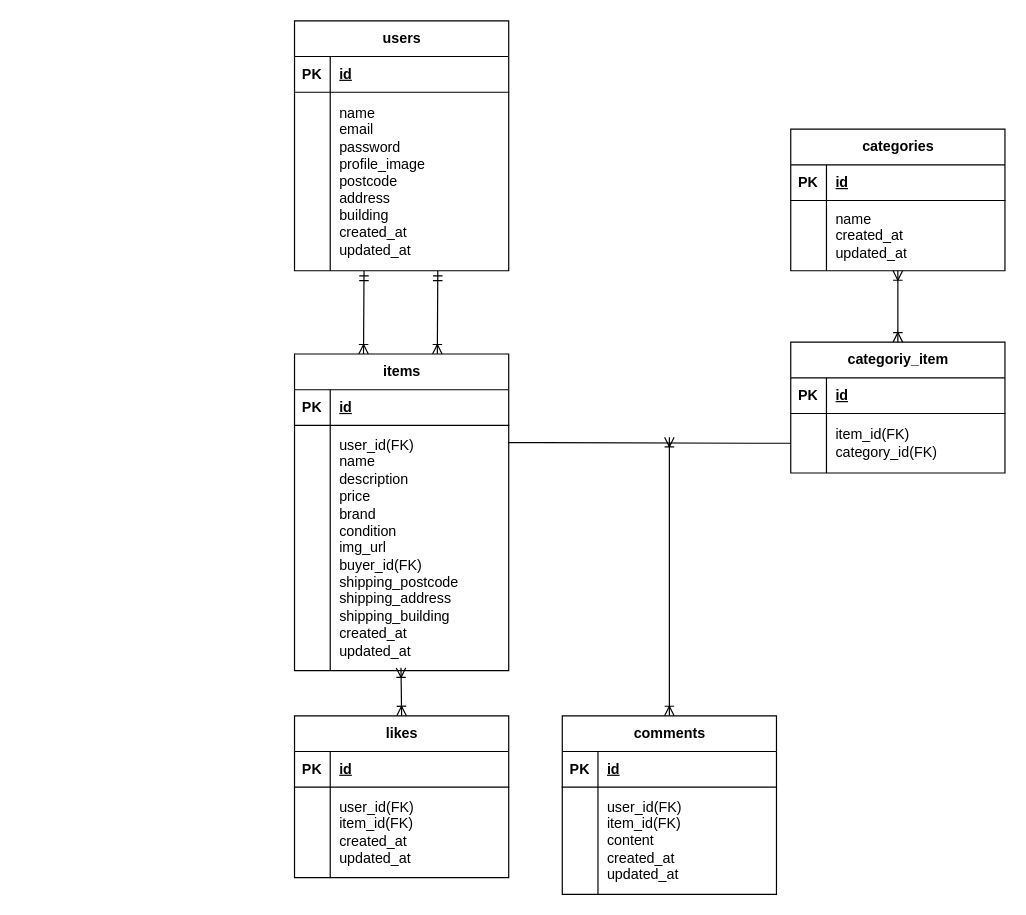
This is docker/er.drawio from Mantis4590/laravel-fleamarket, a draw.io file, before an edit. Source tidied: cells renumbered, new cells numbered last; positions are measured from the earlier drawing's top-left corner, leaving out a move shared by most shapes. Both pictures are drawn from the tidied source at 119%, with x=0, y=0 at pixel (294, 20).
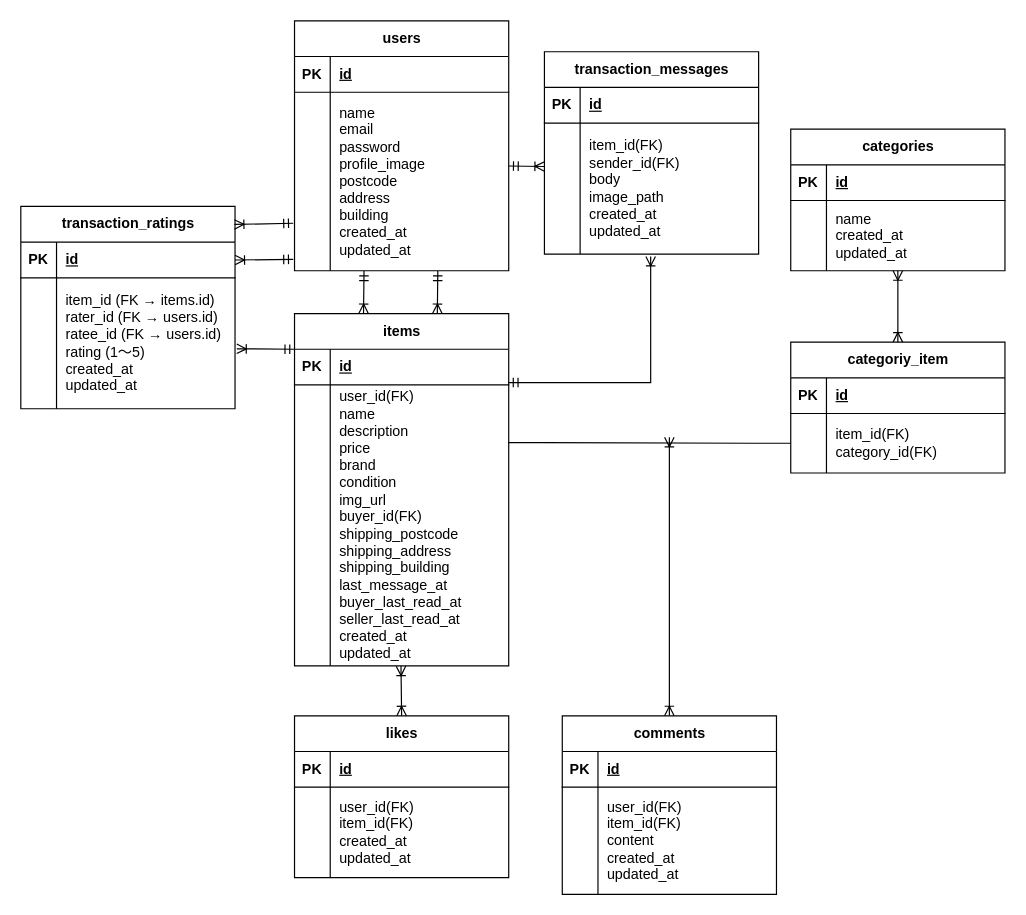
The same page after the edit.

Unchanged cells that the change refers to:
```xml
<mxCell id="6" style="shape=tableRow;horizontal=0;startSize=0;swimlaneHead=0;swimlaneBody=0;fillColor=none;points=[[0,0.5],[1,0.5]];portConstraint=eastwest;top=0;left=0;right=0;bottom=0;" parent="2" vertex="1">
  <mxGeometry y="60" width="180" height="150" as="geometry" />
</mxCell>
<mxCell id="10" style="shape=tableRow;horizontal=0;startSize=0;swimlaneHead=0;swimlaneBody=0;fillColor=none;points=[[0,0.5],[1,0.5]];portConstraint=eastwest;top=0;left=0;right=0;bottom=1;" parent="9" vertex="1">
  <mxGeometry y="30" width="180" height="30" as="geometry" />
</mxCell>
<mxCell id="30" value="likes" style="shape=table;startSize=30;childLayout=tableLayout;rowLines=0;fontStyle=1;align=center;html=1;" parent="1" vertex="1">
  <mxGeometry y="584" width="180" height="136" as="geometry" />
</mxCell>
```

Change to the diagram source:
```diff
@@
     <mxCell id="9" value="items" style="shape=table;startSize=30;childLayout=tableLayout;rowLines=0;fontStyle=1;align=center;html=1;" parent="1" vertex="1">
-      <mxGeometry y="280" width="180" height="266" as="geometry" />
+      <mxGeometry y="246" width="180" height="296" as="geometry" />
     </mxCell>
@@
     <mxCell id="13" style="shape=tableRow;horizontal=0;startSize=0;swimlaneHead=0;swimlaneBody=0;fillColor=none;points=[[0,0.5],[1,0.5]];portConstraint=eastwest;top=0;left=0;right=0;bottom=0;" parent="9" vertex="1">
-      <mxGeometry y="60" width="180" height="206" as="geometry" />
+      <mxGeometry y="60" width="180" height="236" as="geometry" />
     </mxCell>
     <mxCell id="14" style="shape=partialRectangle;fillColor=none;top=0;left=0;bottom=0;right=0;overflow=hidden;whiteSpace=wrap;html=1;" parent="13" vertex="1">
-      <mxGeometry width="30" height="206" as="geometry" />
+      <mxGeometry width="30" height="236" as="geometry" />
     </mxCell>
-    <mxCell id="15" value="user_id(FK)&lt;div&gt;name&lt;/div&gt;&lt;div&gt;description&lt;/div&gt;&lt;div&gt;price&lt;/div&gt;&lt;div&gt;brand&lt;/div&gt;&lt;div&gt;condition&lt;/div&gt;&lt;div&gt;img_url&lt;/div&gt;&lt;div&gt;buyer_id(FK)&lt;/div&gt;&lt;div&gt;shipping_postcode&lt;/div&gt;&lt;div&gt;shipping_address&lt;/div&gt;&lt;div&gt;shipping_building&lt;/div&gt;&lt;div&gt;created_at&lt;/div&gt;&lt;div&gt;updated_at&lt;/div&gt;" style="shape=partialRectangle;fillColor=none;top=0;left=0;bottom=0;right=0;align=left;spacingLeft=6;overflow=hidden;whiteSpace=wrap;html=1;" parent="13" vertex="1">
-      <mxGeometry x="30" width="150" height="206" as="geometry" />
+    <mxCell id="15" value="user_id(FK)&lt;div&gt;name&lt;/div&gt;&lt;div&gt;description&lt;/div&gt;&lt;div&gt;price&lt;/div&gt;&lt;div&gt;brand&lt;/div&gt;&lt;div&gt;condition&lt;/div&gt;&lt;div&gt;img_url&lt;/div&gt;&lt;div&gt;buyer_id(FK)&lt;/div&gt;&lt;div&gt;shipping_postcode&lt;/div&gt;&lt;div&gt;shipping_address&lt;/div&gt;&lt;div&gt;shipping_building&lt;/div&gt;&lt;div&gt;last_message_at&amp;nbsp;&lt;/div&gt;&lt;div&gt;buyer_last_read_at&lt;/div&gt;&lt;div&gt;&lt;span style=&quot;background-color: transparent;&quot;&gt;seller_last_read_at&lt;/span&gt;&lt;/div&gt;&lt;div&gt;created_at&lt;/div&gt;&lt;div&gt;updated_at&lt;/div&gt;" style="shape=partialRectangle;fillColor=none;top=0;left=0;bottom=0;right=0;align=left;spacingLeft=6;overflow=hidden;whiteSpace=wrap;html=1;" parent="13" vertex="1">
+      <mxGeometry x="30" width="150" height="236" as="geometry" />
     </mxCell>
@@
-    <mxCell id="44" style="fontSize=12;html=1;endArrow=ERoneToMany;startArrow=ERmandOne;exitX=0.502;exitY=1.01;exitDx=0;exitDy=0;exitPerimeter=0;entryX=0.5;entryY=0;entryDx=0;entryDy=0;rounded=0;" parent="1" edge="1">
+    <mxCell id="44" style="fontSize=12;html=1;endArrow=ERoneToMany;startArrow=ERmandOne;exitX=0.502;exitY=1.01;exitDx=0;exitDy=0;exitPerimeter=0;rounded=0;" parent="1" edge="1">
       <mxGeometry relative="1" as="geometry">
         <mxPoint x="58.4" y="210.3" as="sourcePoint" />
-        <mxPoint x="58" y="280" as="targetPoint" />
+        <mxPoint x="58" y="246" as="targetPoint" />
       </mxGeometry>
     </mxCell>
@@
-    <mxCell id="46" style="fontSize=12;html=1;endArrow=ERoneToMany;startArrow=ERoneToMany;rounded=0;strokeColor=default;align=center;verticalAlign=middle;fontFamily=Helvetica;fontColor=default;labelBackgroundColor=default;exitX=0.5;exitY=0;exitDx=0;exitDy=0;entryX=0.497;entryY=0.989;entryDx=0;entryDy=0;entryPerimeter=0;" parent="1" edge="1" source="30" target="13">
+    <mxCell id="46" style="fontSize=12;html=1;endArrow=ERoneToMany;startArrow=ERoneToMany;rounded=0;strokeColor=default;align=center;verticalAlign=middle;fontFamily=Helvetica;fontColor=default;labelBackgroundColor=default;exitX=0.5;exitY=0;exitDx=0;exitDy=0;entryX=0.497;entryY=1.001;entryDx=0;entryDy=0;entryPerimeter=0;" parent="1" edge="1" source="30" target="13">
       <mxGeometry relative="1" as="geometry" />
     </mxCell>
@@
-    <mxCell id="49" style="fontSize=12;html=1;endArrow=ERoneToMany;startArrow=ERmandOne;exitX=0.502;exitY=1.01;exitDx=0;exitDy=0;exitPerimeter=0;entryX=0.5;entryY=0;entryDx=0;entryDy=0;rounded=0;" parent="1" edge="1">
+    <mxCell id="49" style="fontSize=12;html=1;endArrow=ERoneToMany;startArrow=ERmandOne;exitX=0.502;exitY=1.01;exitDx=0;exitDy=0;exitPerimeter=0;rounded=0;" parent="1" edge="1">
       <mxGeometry relative="1" as="geometry">
         <mxPoint x="120.4" y="210.3" as="sourcePoint" />
-        <mxPoint x="120" y="280" as="targetPoint" />
+        <mxPoint x="120" y="246" as="targetPoint" />
       </mxGeometry>
     </mxCell>
+    <mxCell id="50" value="transaction_messages" style="shape=table;startSize=30;childLayout=tableLayout;rowLines=0;fontStyle=1;align=center;html=1;" parent="1" vertex="1">
+      <mxGeometry x="210" y="26" width="180" height="170" as="geometry" />
+    </mxCell>
+    <mxCell id="51" style="shape=tableRow;horizontal=0;startSize=0;swimlaneHead=0;swimlaneBody=0;fillColor=none;top=0;left=0;right=0;bottom=1;" parent="50" vertex="1">
+      <mxGeometry y="30" width="180" height="30" as="geometry" />
+    </mxCell>
+    <mxCell id="52" value="PK" style="shape=partialRectangle;fillColor=none;top=0;left=0;bottom=0;right=0;fontStyle=1;overflow=hidden;whiteSpace=wrap;html=1;" parent="51" vertex="1">
+      <mxGeometry width="30" height="30" as="geometry" />
+    </mxCell>
+    <mxCell id="53" value="id" style="shape=partialRectangle;fillColor=none;top=0;left=0;bottom=0;right=0;align=left;spacingLeft=6;fontStyle=5;overflow=hidden;whiteSpace=wrap;html=1;" parent="51" vertex="1">
+      <mxGeometry x="30" width="150" height="30" as="geometry" />
+    </mxCell>
+    <mxCell id="54" style="shape=tableRow;horizontal=0;startSize=0;swimlaneHead=0;swimlaneBody=0;fillColor=none;points=[[0,0.5],[1,0.5]];portConstraint=eastwest;top=0;left=0;right=0;bottom=0;" parent="50" vertex="1">
+      <mxGeometry y="60" width="180" height="110" as="geometry" />
+    </mxCell>
+    <mxCell id="55" style="shape=partialRectangle;fillColor=none;top=0;left=0;bottom=0;right=0;overflow=hidden;whiteSpace=wrap;html=1;" parent="54" vertex="1">
+      <mxGeometry width="30" height="110" as="geometry" />
+    </mxCell>
+    <mxCell id="56" value="item_id(FK)&lt;br&gt;&lt;div&gt;sender_id(FK)&lt;/div&gt;&lt;div&gt;body&lt;/div&gt;&lt;div&gt;image_path&amp;nbsp;&lt;/div&gt;&lt;div&gt;created_at&lt;/div&gt;&lt;div&gt;updated_at&lt;/div&gt;" style="shape=partialRectangle;fillColor=none;top=0;left=0;bottom=0;right=0;align=left;spacingLeft=6;overflow=hidden;whiteSpace=wrap;html=1;" parent="54" vertex="1">
+      <mxGeometry x="30" width="150" height="110" as="geometry" />
+    </mxCell>
+    <mxCell id="57" style="fontSize=12;html=1;endArrow=ERoneToMany;startArrow=ERmandOne;rounded=0;entryX=0;entryY=0.331;entryDx=0;entryDy=0;entryPerimeter=0;" parent="1" edge="1" target="54">
+      <mxGeometry relative="1" as="geometry">
+        <mxPoint x="180" y="122" as="sourcePoint" />
+      </mxGeometry>
+    </mxCell>
+    <mxCell id="58" style="fontSize=12;html=1;endArrow=ERoneToMany;startArrow=ERmandOne;rounded=0;entryX=0.496;entryY=1.018;entryDx=0;entryDy=0;entryPerimeter=0;exitX=0.999;exitY=0.933;exitDx=0;exitDy=0;exitPerimeter=0;edgeStyle=orthogonalEdgeStyle;" parent="1" edge="1" source="10" target="54">
+      <mxGeometry relative="1" as="geometry">
+        <Array as="points">
+          <mxPoint x="300" y="304" />
+          <mxPoint x="300" y="198" />
+        </Array>
+      </mxGeometry>
+    </mxCell>
+    <mxCell id="59" value="transaction_ratings" style="shape=table;startSize=30;childLayout=tableLayout;rowLines=0;fontStyle=1;align=center;html=1;" parent="1" vertex="1">
+      <mxGeometry x="-230" y="156" width="180" height="170" as="geometry" />
+    </mxCell>
+    <mxCell id="60" style="shape=tableRow;horizontal=0;startSize=0;swimlaneHead=0;swimlaneBody=0;fillColor=none;points=[[0,0.5],[1,0.5]];portConstraint=eastwest;top=0;left=0;right=0;bottom=1;" parent="59" vertex="1">
+      <mxGeometry y="30" width="180" height="30" as="geometry" />
+    </mxCell>
+    <mxCell id="61" value="PK" style="shape=partialRectangle;fillColor=none;top=0;left=0;bottom=0;right=0;fontStyle=1;overflow=hidden;whiteSpace=wrap;html=1;" parent="60" vertex="1">
+      <mxGeometry width="30" height="30" as="geometry" />
+    </mxCell>
+    <mxCell id="62" value="id" style="shape=partialRectangle;fillColor=none;top=0;left=0;bottom=0;right=0;align=left;spacingLeft=6;fontStyle=5;overflow=hidden;whiteSpace=wrap;html=1;" parent="60" vertex="1">
+      <mxGeometry x="30" width="150" height="30" as="geometry" />
+    </mxCell>
+    <mxCell id="63" style="shape=tableRow;horizontal=0;startSize=0;swimlaneHead=0;swimlaneBody=0;fillColor=none;points=[[0,0.5],[1,0.5]];portConstraint=eastwest;top=0;left=0;right=0;bottom=0;" parent="59" vertex="1">
+      <mxGeometry y="60" width="180" height="110" as="geometry" />
+    </mxCell>
+    <mxCell id="64" style="shape=partialRectangle;fillColor=none;top=0;left=0;bottom=0;right=0;overflow=hidden;whiteSpace=wrap;html=1;" parent="63" vertex="1">
+      <mxGeometry width="30" height="110" as="geometry" />
+    </mxCell>
+    <mxCell id="65" value="item_id (FK → items.id)&lt;br&gt;&lt;div&gt;rater_id (FK → users.id)&lt;/div&gt;&lt;div&gt;ratee_id (FK → users.id)&amp;nbsp;&lt;/div&gt;&lt;div&gt;rating (1〜5)&lt;/div&gt;&lt;div&gt;created_at&lt;/div&gt;&lt;div&gt;updated_at&lt;/div&gt;" style="shape=partialRectangle;fillColor=none;top=0;left=0;bottom=0;right=0;align=left;spacingLeft=6;overflow=hidden;whiteSpace=wrap;html=1;" parent="63" vertex="1">
+      <mxGeometry x="30" width="150" height="110" as="geometry" />
+    </mxCell>
+    <mxCell id="66" style="fontSize=12;html=1;endArrow=ERoneToMany;startArrow=ERmandOne;rounded=0;entryX=0.997;entryY=0.089;entryDx=0;entryDy=0;entryPerimeter=0;exitX=-0.006;exitY=0.734;exitDx=0;exitDy=0;exitPerimeter=0;" parent="1" edge="1" source="6" target="59">
+      <mxGeometry relative="1" as="geometry" />
+    </mxCell>
+    <mxCell id="67" style="fontSize=12;html=1;endArrow=ERoneToMany;startArrow=ERmandOne;rounded=0;entryX=1.008;entryY=0.542;entryDx=0;entryDy=0;entryPerimeter=0;exitX=0;exitY=0;exitDx=0;exitDy=0;exitPerimeter=0;" parent="1" edge="1" source="10" target="63">
+      <mxGeometry relative="1" as="geometry" />
+    </mxCell>
+    <mxCell id="68" style="fontSize=12;html=1;endArrow=ERoneToMany;startArrow=ERmandOne;rounded=0;exitX=-0.006;exitY=0.936;exitDx=0;exitDy=0;exitPerimeter=0;entryX=1;entryY=0.5;entryDx=0;entryDy=0;" parent="1" edge="1" source="6" target="60">
+      <mxGeometry relative="1" as="geometry" />
+    </mxCell>
```
